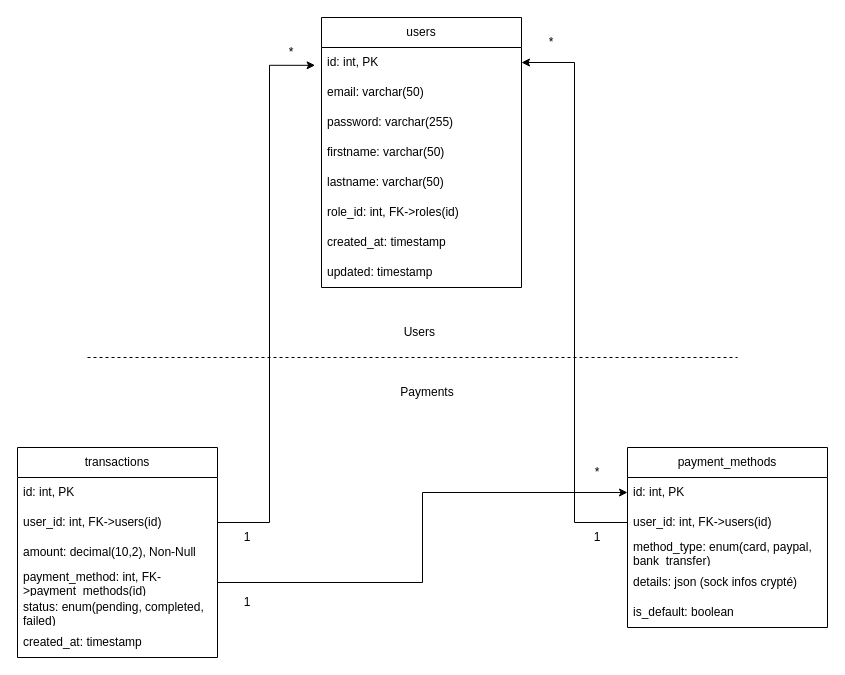
This is MS_Payment.drawio from TBERT31/P13-YourCarYourWay_MessageApp_JavaAngular, a draw.io file, before an edit. Source tidied: cells renumbered, new cells numbered last; positions are measured from the earlier drawing's top-left corner, leaving out a move shared by most shapes. Both pictures are drawn from the tidied source at 100%, with x=0, y=0 at pixel (17, 17).
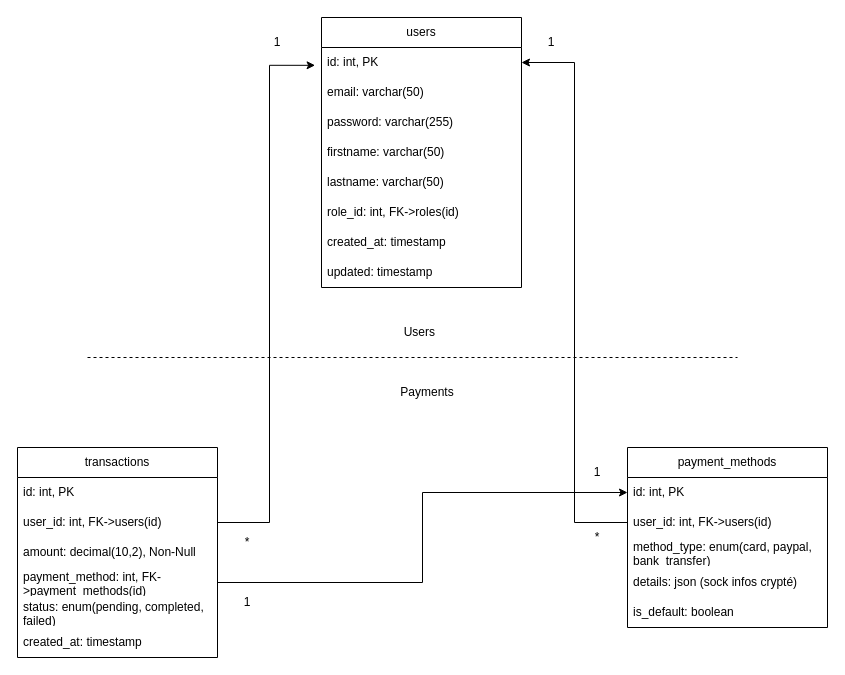
After the change.

Commit message:
Mettre à jour MS_Payment.drawio

What changed in the source:
```diff
@@
     <mxCell id="27" value="1" style="text;html=1;align=center;verticalAlign=middle;whiteSpace=wrap;rounded=0;" parent="1" vertex="1">
-      <mxGeometry x="200" y="505" width="60" height="30" as="geometry" />
+      <mxGeometry x="230" y="10" width="60" height="30" as="geometry" />
     </mxCell>
     <mxCell id="28" value="*" style="text;html=1;align=center;verticalAlign=middle;whiteSpace=wrap;rounded=0;" parent="1" vertex="1">
-      <mxGeometry x="244" y="20" width="60" height="30" as="geometry" />
+      <mxGeometry x="200" y="510" width="60" height="30" as="geometry" />
     </mxCell>
-    <mxCell id="29" value="1" style="text;html=1;align=center;verticalAlign=middle;whiteSpace=wrap;rounded=0;" parent="1" vertex="1">
+    <mxCell id="29" value="*" style="text;html=1;align=center;verticalAlign=middle;whiteSpace=wrap;rounded=0;" parent="1" vertex="1">
       <mxGeometry x="550" y="505" width="60" height="30" as="geometry" />
     </mxCell>
-    <mxCell id="30" value="*" style="text;html=1;align=center;verticalAlign=middle;whiteSpace=wrap;rounded=0;" parent="1" vertex="1">
+    <mxCell id="30" value="1" style="text;html=1;align=center;verticalAlign=middle;whiteSpace=wrap;rounded=0;" parent="1" vertex="1">
       <mxGeometry x="504" y="10" width="60" height="30" as="geometry" />
     </mxCell>
@@
-    <mxCell id="35" value="*" style="text;html=1;align=center;verticalAlign=middle;whiteSpace=wrap;rounded=0;" parent="1" vertex="1">
+    <mxCell id="35" value="1" style="text;html=1;align=center;verticalAlign=middle;whiteSpace=wrap;rounded=0;" parent="1" vertex="1">
       <mxGeometry x="550" y="440" width="60" height="30" as="geometry" />
     </mxCell>
```
